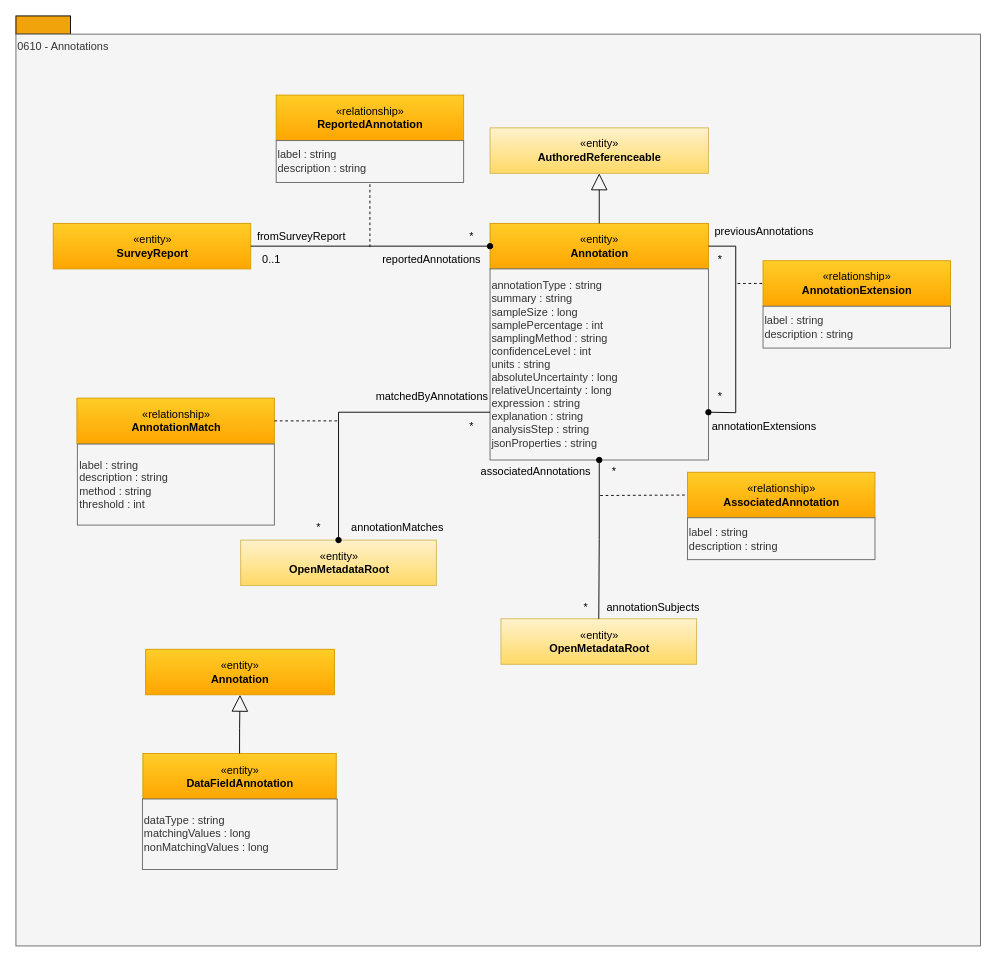
odpi/egeria-docs keeps this draw.io diagram as page "0610-Annotations" (3 of 14) of site/docs/types/6/area-6-discovery.drawio. Above is the earlier version. Source tidied: cells renumbered, new cells numbered last; positions are measured from the earlier drawing's top-left corner, leaving out a move shared by most shapes. Both pictures are drawn from the tidied source at 91%, with x=0, y=0 at pixel (15, 15).
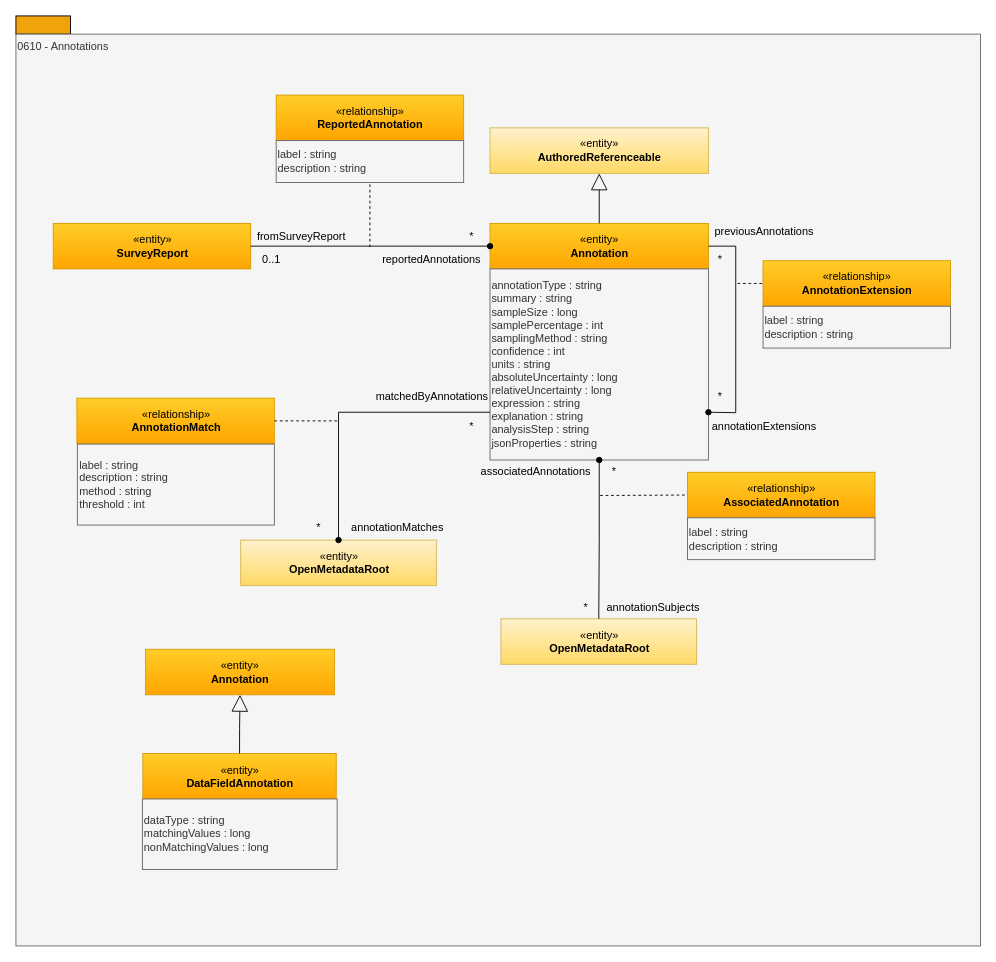
The same diagram, later.

What changed in the source:
```diff
@@
-    <mxCell id="5" value="annotationType : string&lt;br&gt;summary : string&lt;div&gt;&lt;div&gt;sampleSize : long&lt;/div&gt;&lt;div&gt;samplePercentage : int&lt;/div&gt;&lt;div&gt;samplingMethod : string&lt;/div&gt;confidenceLevel : int&lt;div&gt;&lt;div&gt;&lt;span style=&quot;background-color: transparent; color: light-dark(rgb(51, 51, 51), rgb(193, 193, 193));&quot;&gt;units : string&lt;/span&gt;&lt;/div&gt;&lt;div&gt;absoluteUncertainty : long&lt;/div&gt;&lt;div&gt;relativeUncertainty : long&lt;/div&gt;expression : string&lt;br&gt;explanation : string&lt;br&gt;analysisStep : string&lt;br&gt;jsonProperties : string&lt;br&gt;&lt;/div&gt;&lt;/div&gt;" style="rounded=0;whiteSpace=wrap;html=1;strokeColor=#666666;align=left;fillColor=#f5f5f5;fontColor=#333333;" parent="1" vertex="1">
+    <mxCell id="5" value="annotationType : string&lt;br&gt;summary : string&lt;div&gt;&lt;div&gt;sampleSize : long&lt;/div&gt;&lt;div&gt;samplePercentage : int&lt;/div&gt;&lt;div&gt;samplingMethod : string&lt;/div&gt;confidence : int&lt;div&gt;&lt;div&gt;&lt;span style=&quot;background-color: transparent; color: light-dark(rgb(51, 51, 51), rgb(193, 193, 193));&quot;&gt;units : string&lt;/span&gt;&lt;/div&gt;&lt;div&gt;absoluteUncertainty : long&lt;/div&gt;&lt;div&gt;relativeUncertainty : long&lt;/div&gt;expression : string&lt;br&gt;explanation : string&lt;br&gt;analysisStep : string&lt;br&gt;jsonProperties : string&lt;br&gt;&lt;/div&gt;&lt;/div&gt;" style="rounded=0;whiteSpace=wrap;html=1;strokeColor=#666666;align=left;fillColor=#f5f5f5;fontColor=#333333;" parent="1" vertex="1">
       <mxGeometry x="521" y="278" width="240" height="210" as="geometry" />
     </mxCell>
```
